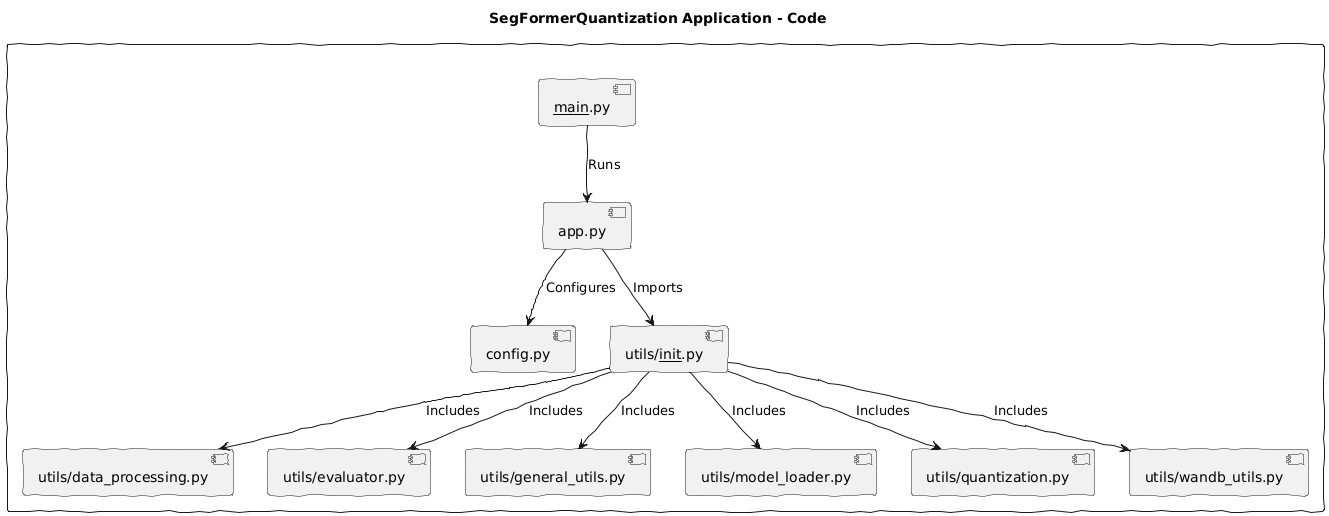
qte77/SegFormerQuantization keeps this PlantUML diagram as assets/images/SegFormerQuantization.C4.Code.light.png. Above is the earlier version. The source it was exported from:
```plantuml
@startuml
!define RECTANGLE class

skinparam monochrome true
skinparam handwritten true

title SegFormerQuantization Application - Code

rectangle " " {
    [__main__.py] as main
    [app.py] as app
    [config.py] as config
    [utils/__init__.py] as utilsInit
    [utils/data_processing.py] as dataProcessing
    [utils/evaluator.py] as evaluatorCode
    [utils/general_utils.py] as generalUtilsCode
    [utils/model_loader.py] as modelLoaderCode
    [utils/quantization.py] as quantizationCode
    [utils/wandb_utils.py] as wandbUtilsCode

    main --> app : Runs
    app --> config : Configures
    app --> utilsInit : Imports
    utilsInit --> dataProcessing : Includes
    utilsInit --> evaluatorCode : Includes
    utilsInit --> generalUtilsCode : Includes
    utilsInit --> modelLoaderCode : Includes
    utilsInit --> quantizationCode : Includes
    utilsInit --> wandbUtilsCode : Includes
}
@enduml
```
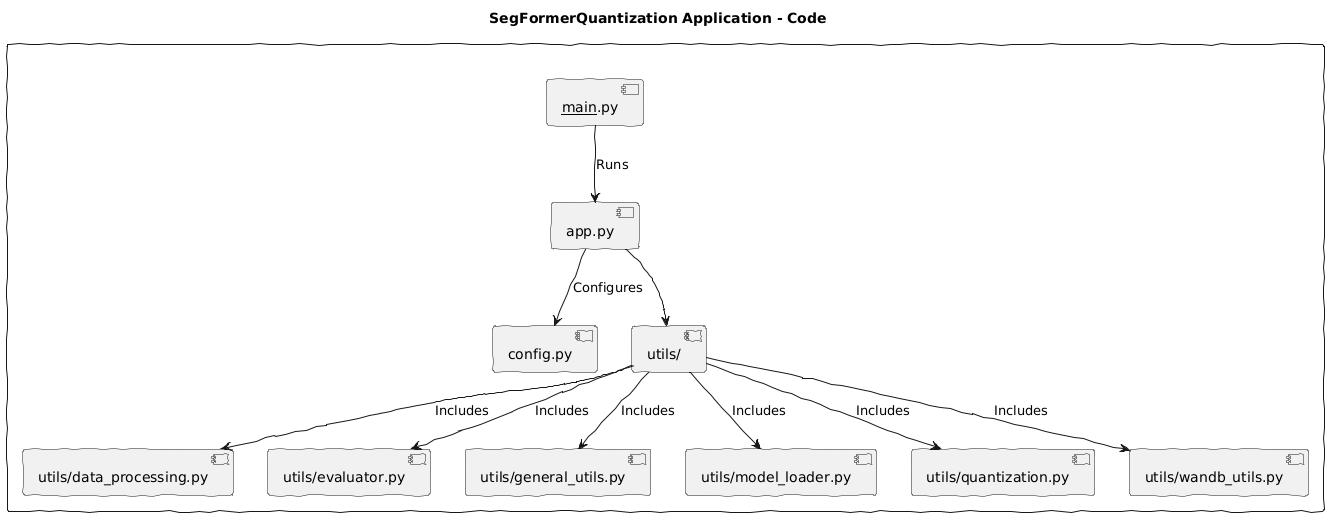
Above is the later version.

Change to the diagram source:
```diff
@@ -10,7 +10,7 @@
     [__main__.py] as main
     [app.py] as app
     [config.py] as config
-    [utils/__init__.py] as utilsInit
+    [utils/] as utils
     [utils/data_processing.py] as dataProcessing
     [utils/evaluator.py] as evaluatorCode
     [utils/general_utils.py] as generalUtilsCode
@@ -20,12 +20,12 @@
 
     main --> app : Runs
     app --> config : Configures
-    app --> utilsInit : Imports
-    utilsInit --> dataProcessing : Includes
-    utilsInit --> evaluatorCode : Includes
-    utilsInit --> generalUtilsCode : Includes
-    utilsInit --> modelLoaderCode : Includes
-    utilsInit --> quantizationCode : Includes
-    utilsInit --> wandbUtilsCode : Includes
+    app --> utils
+    utils --> dataProcessing : Includes
+    utils --> evaluatorCode : Includes
+    utils --> generalUtilsCode : Includes
+    utils --> modelLoaderCode : Includes
+    utils --> quantizationCode : Includes
+    utils --> wandbUtilsCode : Includes
 }
 @enduml
```
